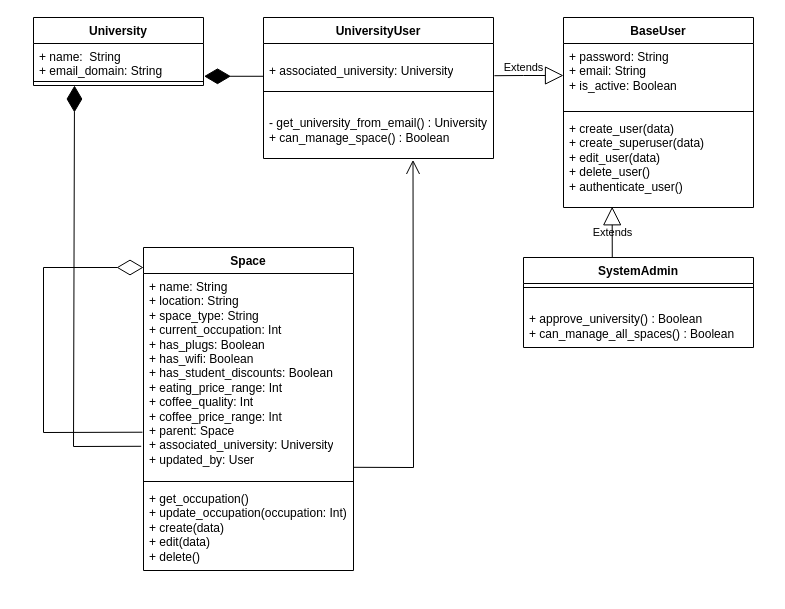
tupkalenkodi/is_it_full keeps this draw.io diagram as diagrams/class.drawio. Above is the earlier version. Source tidied: cells renumbered, new cells numbered last; positions are measured from the earlier drawing's top-left corner, leaving out a move shared by most shapes. Both pictures are drawn from the tidied source at 100%, with x=0, y=0 at pixel (33, 17).
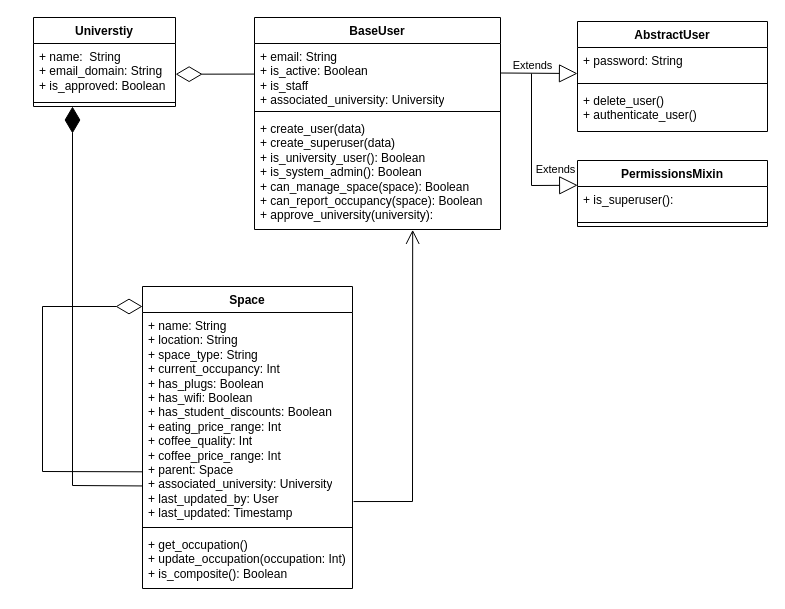
The same diagram, later.

The edit, as a diff of the source:
```diff
@@
-    <mxCell id="2" value="UniversityUser" style="swimlane;fontStyle=1;align=center;verticalAlign=top;horizontal=1;startSize=26;whiteSpace=wrap;html=1;labelBackgroundColor=none;" parent="1" vertex="1">
-      <mxGeometry x="230" width="230" height="141" as="geometry" />
-    </mxCell>
-    <mxCell id="3" value="&lt;br&gt;&lt;div&gt;+ associated_university: University&lt;/div&gt;" style="text;strokeColor=none;fillColor=none;align=left;verticalAlign=top;spacingLeft=4;spacingRight=4;overflow=hidden;points=[[0,0.5],[1,0.5]];portConstraint=eastwest;whiteSpace=wrap;html=1;labelBackgroundColor=none;" parent="2" vertex="1">
-      <mxGeometry y="26" width="230" height="44" as="geometry" />
-    </mxCell>
-    <mxCell id="4" style="line;strokeWidth=1;fillColor=none;align=left;verticalAlign=middle;spacingTop=-1;spacingLeft=3;spacingRight=3;labelPosition=right;labelBackgroundColor=none;" parent="2" vertex="1">
-      <mxGeometry y="70" width="230" height="8" as="geometry" />
-    </mxCell>
-    <mxCell id="5" value="&lt;br&gt;&lt;div&gt;- get_university_from_email() : University&lt;br&gt;+ can_manage_space() : Boolean&lt;/div&gt;" style="text;strokeColor=none;fillColor=none;align=left;verticalAlign=top;spacingLeft=4;spacingRight=4;overflow=hidden;points=[[0,0.5],[1,0.5]];portConstraint=eastwest;whiteSpace=wrap;html=1;labelBackgroundColor=none;" parent="2" vertex="1">
-      <mxGeometry y="78" width="230" height="63" as="geometry" />
-    </mxCell>
     <mxCell id="6" value="&lt;div&gt;Space&lt;/div&gt;&lt;div&gt;&lt;br&gt;&lt;/div&gt;" style="swimlane;fontStyle=1;align=center;verticalAlign=top;horizontal=1;startSize=26;whiteSpace=wrap;html=1;labelBackgroundColor=none;" parent="1" vertex="1">
-      <mxGeometry x="110" y="230" width="210" height="323" as="geometry" />
+      <mxGeometry x="109" y="269" width="210" height="302" as="geometry" />
     </mxCell>
-    <mxCell id="7" value="&lt;div&gt;+ name: String&lt;/div&gt;&lt;div&gt;+ location: String&lt;/div&gt;&lt;div&gt;+ space_type: String&lt;/div&gt;&lt;div&gt;+ current_occupation: Int&lt;/div&gt;&lt;div&gt;+ has_plugs: Boolean&lt;/div&gt;&lt;div&gt;+ has_wifi: Boolean&lt;/div&gt;&lt;div&gt;+ has_student_discounts: Boolean&lt;/div&gt;&lt;div&gt;+ eating_price_range: Int&lt;/div&gt;&lt;div&gt;+ coffee_quality: Int&lt;/div&gt;&lt;div&gt;+ coffee_price_range: Int&lt;/div&gt;&lt;div&gt;+ parent: Space&lt;/div&gt;&lt;div&gt;+ associated_university: University&lt;/div&gt;&lt;div&gt;+ updated_by: User&lt;/div&gt;&lt;div&gt;&lt;br&gt;&lt;/div&gt;&lt;div&gt;&lt;br&gt;&lt;/div&gt;" style="text;strokeColor=none;fillColor=none;align=left;verticalAlign=top;spacingLeft=4;spacingRight=4;overflow=hidden;points=[[0,0.5],[1,0.5]];portConstraint=eastwest;whiteSpace=wrap;html=1;labelBackgroundColor=none;" parent="6" vertex="1">
-      <mxGeometry y="26" width="210" height="204" as="geometry" />
+    <mxCell id="7" value="&lt;div&gt;+ name: String&lt;/div&gt;&lt;div&gt;+ location: String&lt;/div&gt;&lt;div&gt;+ space_type: String&lt;/div&gt;&lt;div&gt;+ current_occupancy: Int&lt;/div&gt;&lt;div&gt;+ has_plugs: Boolean&lt;/div&gt;&lt;div&gt;+ has_wifi: Boolean&lt;/div&gt;&lt;div&gt;+ has_student_discounts: Boolean&lt;/div&gt;&lt;div&gt;+ eating_price_range: Int&lt;/div&gt;&lt;div&gt;+ coffee_quality: Int&lt;/div&gt;&lt;div&gt;+ coffee_price_range: Int&lt;/div&gt;&lt;div&gt;+ parent: Space&lt;/div&gt;&lt;div&gt;+ associated_university: University&lt;/div&gt;&lt;div&gt;+ last_updated_by: User&lt;/div&gt;&lt;div&gt;+&amp;nbsp;last_updated: Timestamp&lt;/div&gt;&lt;div&gt;&lt;br&gt;&lt;/div&gt;&lt;div&gt;&lt;br&gt;&lt;/div&gt;" style="text;strokeColor=none;fillColor=none;align=left;verticalAlign=top;spacingLeft=4;spacingRight=4;overflow=hidden;points=[[0,0.5],[1,0.5]];portConstraint=eastwest;whiteSpace=wrap;html=1;labelBackgroundColor=none;" parent="6" vertex="1">
+      <mxGeometry y="26" width="210" height="211" as="geometry" />
     </mxCell>
     <mxCell id="8" style="line;strokeWidth=1;fillColor=none;align=left;verticalAlign=middle;spacingTop=-1;spacingLeft=3;spacingRight=3;labelPosition=right;labelBackgroundColor=none;" parent="6" vertex="1">
-      <mxGeometry y="230" width="210" height="8" as="geometry" />
+      <mxGeometry y="237" width="210" height="8" as="geometry" />
     </mxCell>
-    <mxCell id="9" value="&lt;div&gt;+ get_occupation()&lt;/div&gt;&lt;div&gt;+ update_occupation(occupation: Int)&lt;/div&gt;&lt;div&gt;+ create(data)&lt;/div&gt;&lt;div&gt;+ edit(data)&lt;/div&gt;&lt;div&gt;+ delete()&lt;/div&gt;&lt;div&gt;&lt;br&gt;&lt;/div&gt;" style="text;strokeColor=none;fillColor=none;align=left;verticalAlign=top;spacingLeft=4;spacingRight=4;overflow=hidden;whiteSpace=wrap;html=1;labelBackgroundColor=none;" parent="6" vertex="1">
-      <mxGeometry y="238" width="210" height="85" as="geometry" />
+    <mxCell id="9" value="&lt;div&gt;+ get_occupation()&lt;/div&gt;&lt;div&gt;+ update_occupation(occupation: Int)&lt;/div&gt;&lt;div&gt;+ is_composite(): Boolean&lt;/div&gt;&lt;div&gt;&lt;br&gt;&lt;/div&gt;" style="text;strokeColor=none;fillColor=none;align=left;verticalAlign=top;spacingLeft=4;spacingRight=4;overflow=hidden;whiteSpace=wrap;html=1;labelBackgroundColor=none;" parent="6" vertex="1">
+      <mxGeometry y="245" width="210" height="57" as="geometry" />
     </mxCell>
-    <mxCell id="10" style="endArrow=diamondThin;endFill=0;endSize=24;html=1;rounded=0;exitX=-0.005;exitY=0.778;exitDx=0;exitDy=0;exitPerimeter=0;labelBackgroundColor=none;fontColor=default;" parent="6" edge="1" source="7">
+    <mxCell id="10" style="endArrow=diamondThin;endFill=0;endSize=24;html=1;rounded=0;labelBackgroundColor=none;fontColor=default;exitX=-0.002;exitY=0.755;exitDx=0;exitDy=0;exitPerimeter=0;" parent="6" edge="1" source="7">
       <mxGeometry relative="1" as="geometry">
         <mxPoint y="20" as="targetPoint" />
         <Array as="points">
           <mxPoint x="-100" y="185" />
           <mxPoint x="-100" y="20" />
         </Array>
       </mxGeometry>
     </mxCell>
-    <mxCell id="11" value="University" style="swimlane;fontStyle=1;align=center;verticalAlign=top;horizontal=1;startSize=26;whiteSpace=wrap;html=1;labelBackgroundColor=none;" parent="1" vertex="1">
-      <mxGeometry width="170" height="68" as="geometry" />
-    </mxCell>
-    <mxCell id="12" value="&lt;div&gt;+ name:&amp;nbsp; String&lt;/div&gt;&lt;div&gt;+ email_domain: String&lt;/div&gt;" style="text;strokeColor=none;fillColor=none;align=left;verticalAlign=top;spacingLeft=4;spacingRight=4;overflow=hidden;points=[[0,0.5],[1,0.5]];portConstraint=eastwest;whiteSpace=wrap;html=1;labelBackgroundColor=none;" parent="11" vertex="1">
-      <mxGeometry y="26" width="170" height="34" as="geometry" />
-    </mxCell>
-    <mxCell id="13" style="line;strokeWidth=1;fillColor=none;align=left;verticalAlign=middle;spacingTop=-1;spacingLeft=3;spacingRight=3;labelPosition=right;labelBackgroundColor=none;" parent="11" vertex="1">
-      <mxGeometry y="60" width="170" height="8" as="geometry" />
-    </mxCell>
-    <mxCell id="14" style="endArrow=diamondThin;endFill=1;endSize=24;html=1;rounded=0;exitX=-0.011;exitY=0.847;exitDx=0;exitDy=0;exitPerimeter=0;labelBackgroundColor=none;fontColor=default;" parent="1" edge="1" source="7">
+    <mxCell id="14" style="endArrow=diamondThin;endFill=1;endSize=24;html=1;rounded=0;exitX=-0.002;exitY=0.822;exitDx=0;exitDy=0;exitPerimeter=0;labelBackgroundColor=none;fontColor=default;" parent="1" edge="1" source="7">
       <mxGeometry relative="1" as="geometry">
-        <mxPoint x="41" y="68" as="targetPoint" />
+        <mxPoint x="39" y="89" as="targetPoint" />
         <Array as="points">
-          <mxPoint x="40" y="429" />
+          <mxPoint x="39" y="468" />
         </Array>
       </mxGeometry>
     </mxCell>
-    <mxCell id="15" style="endArrow=open;endFill=1;endSize=12;html=1;rounded=0;exitX=1;exitY=0.95;exitDx=0;exitDy=0;exitPerimeter=0;entryX=0.65;entryY=1.022;entryDx=0;entryDy=0;entryPerimeter=0;labelBackgroundColor=none;fontColor=default;" parent="1" edge="1" source="7" target="5">
+    <mxCell id="15" style="endArrow=open;endFill=1;endSize=12;html=1;rounded=0;exitX=1.005;exitY=0.896;exitDx=0;exitDy=0;exitPerimeter=0;labelBackgroundColor=none;fontColor=default;entryX=0.643;entryY=1.003;entryDx=0;entryDy=0;entryPerimeter=0;" parent="1" edge="1" source="7" target="19">
       <mxGeometry relative="1" as="geometry">
         <Array as="points">
-          <mxPoint x="380" y="450" />
+          <mxPoint x="379" y="484" />
         </Array>
       </mxGeometry>
     </mxCell>
     <mxCell id="16" value="BaseUser" style="swimlane;fontStyle=1;align=center;verticalAlign=top;horizontal=1;startSize=26;whiteSpace=wrap;html=1;labelBackgroundColor=none;" parent="1" vertex="1">
-      <mxGeometry x="530" width="190" height="190" as="geometry" />
+      <mxGeometry x="221" width="246" height="212" as="geometry" />
     </mxCell>
-    <mxCell id="17" value="&lt;div&gt;+ password: String&lt;/div&gt;&lt;div&gt;+ email: String&lt;/div&gt;&lt;div&gt;+ is_active: Boolean&lt;/div&gt;" style="text;strokeColor=none;fillColor=none;align=left;verticalAlign=top;spacingLeft=4;spacingRight=4;overflow=hidden;points=[[0,0.5],[1,0.5]];portConstraint=eastwest;whiteSpace=wrap;html=1;labelBackgroundColor=none;" parent="16" vertex="1">
-      <mxGeometry y="26" width="190" height="64" as="geometry" />
+    <mxCell id="17" value="&lt;div&gt;+ email: String&lt;/div&gt;&lt;div&gt;+ is_active: Boolean&lt;br&gt;+ is_staff&lt;/div&gt;&lt;div&gt;+ associated_university: University&lt;/div&gt;&lt;div&gt;&lt;br&gt;&lt;/div&gt;" style="text;strokeColor=none;fillColor=none;align=left;verticalAlign=top;spacingLeft=4;spacingRight=4;overflow=hidden;points=[[0,0.5],[1,0.5]];portConstraint=eastwest;whiteSpace=wrap;html=1;labelBackgroundColor=none;" parent="16" vertex="1">
+      <mxGeometry y="26" width="246" height="64" as="geometry" />
     </mxCell>
     <mxCell id="18" style="line;strokeWidth=1;fillColor=none;align=left;verticalAlign=middle;spacingTop=-1;spacingLeft=3;spacingRight=3;labelPosition=right;labelBackgroundColor=none;" parent="16" vertex="1">
-      <mxGeometry y="90" width="190" height="8" as="geometry" />
+      <mxGeometry y="90" width="246" height="8" as="geometry" />
     </mxCell>
-    <mxCell id="19" value="&lt;div&gt;+ create_user(data)&lt;/div&gt;&lt;div&gt;+ create_superuser(data)&lt;/div&gt;&lt;div&gt;+ edit_user(data)&lt;/div&gt;&lt;div&gt;+ delete_user()&lt;/div&gt;&lt;div&gt;+ authenticate_user()&lt;/div&gt;" style="text;strokeColor=none;fillColor=none;align=left;verticalAlign=top;spacingLeft=4;spacingRight=4;overflow=hidden;points=[[0,0.5],[1,0.5]];portConstraint=eastwest;whiteSpace=wrap;html=1;labelBackgroundColor=none;" parent="16" vertex="1">
-      <mxGeometry y="98" width="190" height="92" as="geometry" />
+    <mxCell id="19" value="&lt;div&gt;+ create_user(data)&lt;/div&gt;&lt;div&gt;+ create_superuser(data)&lt;/div&gt;&lt;div&gt;+ is_university_user(): Boolean&lt;/div&gt;&lt;div&gt;+ is_system_admin(): Boolean&lt;/div&gt;+ can_manage_space(space): Boolean&lt;br&gt;+ can_report_occupancy(space): Boolean&lt;br&gt;+ approve_university(university):&amp;nbsp;" style="text;strokeColor=none;fillColor=none;align=left;verticalAlign=top;spacingLeft=4;spacingRight=4;overflow=hidden;points=[[0,0.5],[1,0.5]];portConstraint=eastwest;whiteSpace=wrap;html=1;labelBackgroundColor=none;" parent="16" vertex="1">
+      <mxGeometry y="98" width="246" height="114" as="geometry" />
     </mxCell>
-    <mxCell id="20" value="SystemAdmin" style="swimlane;fontStyle=1;align=center;verticalAlign=top;horizontal=1;startSize=26;whiteSpace=wrap;html=1;labelBackgroundColor=none;" parent="1" vertex="1">
-      <mxGeometry x="490" y="240" width="230" height="90" as="geometry" />
-    </mxCell>
-    <mxCell id="21" style="line;strokeWidth=1;fillColor=none;align=left;verticalAlign=middle;spacingTop=-1;spacingLeft=3;spacingRight=3;labelPosition=right;labelBackgroundColor=none;" parent="20" vertex="1">
-      <mxGeometry y="26" width="230" height="8" as="geometry" />
-    </mxCell>
-    <mxCell id="22" value="&lt;br&gt;&lt;div&gt;+ approve_university() : Boolean&lt;br&gt;+ can_manage_all_spaces() : Boolean&lt;/div&gt;" style="text;strokeColor=none;fillColor=none;align=left;verticalAlign=top;spacingLeft=4;spacingRight=4;overflow=hidden;whiteSpace=wrap;html=1;labelBackgroundColor=none;" parent="20" vertex="1">
-      <mxGeometry y="34" width="230" height="56" as="geometry" />
-    </mxCell>
-    <mxCell id="23" style="endArrow=diamondThin;endFill=1;endSize=24;html=1;rounded=0;exitX=-0.001;exitY=0.745;exitDx=0;exitDy=0;exitPerimeter=0;entryX=1.003;entryY=0.964;entryDx=0;entryDy=0;entryPerimeter=0;labelBackgroundColor=none;fontColor=default;" parent="1" edge="1" source="3" target="12">
-      <mxGeometry relative="1" as="geometry" />
-    </mxCell>
-    <mxCell id="24" value="Extends" style="endArrow=block;endSize=16;endFill=0;html=1;rounded=0;entryX=0;entryY=0.5;entryDx=0;entryDy=0;exitX=1.004;exitY=0.732;exitDx=0;exitDy=0;exitPerimeter=0;labelBackgroundColor=none;fontColor=default;" parent="1" edge="1" source="3" target="17">
-      <mxGeometry x="-0.16" y="8" relative="1" as="geometry">
-        <Array as="points">
-          <mxPoint x="490" y="58" />
-        </Array>
-      </mxGeometry>
+    <mxCell id="24" value="Extends" style="endArrow=block;endSize=16;endFill=0;html=1;rounded=0;exitX=0.999;exitY=0.461;exitDx=0;exitDy=0;labelBackgroundColor=none;fontColor=default;entryX=0;entryY=0.813;entryDx=0;entryDy=0;entryPerimeter=0;exitPerimeter=0;" parent="1" edge="1" source="17" target="27">
+      <mxGeometry x="-0.16" y="8" relative="1" as="geometry" />
     </mxCell>
+    <mxCell id="26" value="AbstractUser" style="swimlane;fontStyle=1;align=center;verticalAlign=top;horizontal=1;startSize=26;whiteSpace=wrap;html=1;labelBackgroundColor=none;" parent="1" vertex="1">
+      <mxGeometry x="544" y="4" width="190" height="110" as="geometry" />
+    </mxCell>
+    <mxCell id="27" value="&lt;div&gt;+ password: String&lt;/div&gt;" style="text;strokeColor=none;fillColor=none;align=left;verticalAlign=top;spacingLeft=4;spacingRight=4;overflow=hidden;points=[[0,0.5],[1,0.5]];portConstraint=eastwest;whiteSpace=wrap;html=1;labelBackgroundColor=none;" parent="26" vertex="1">
+      <mxGeometry y="26" width="190" height="32" as="geometry" />
+    </mxCell>
+    <mxCell id="28" style="line;strokeWidth=1;fillColor=none;align=left;verticalAlign=middle;spacingTop=-1;spacingLeft=3;spacingRight=3;labelPosition=right;labelBackgroundColor=none;" parent="26" vertex="1">
+      <mxGeometry y="58" width="190" height="8" as="geometry" />
+    </mxCell>
+    <mxCell id="29" value="&lt;div&gt;+ delete_user()&lt;br&gt;+ authenticate_user()&lt;/div&gt;" style="text;strokeColor=none;fillColor=none;align=left;verticalAlign=top;spacingLeft=4;spacingRight=4;overflow=hidden;whiteSpace=wrap;html=1;labelBackgroundColor=none;" parent="26" vertex="1">
+      <mxGeometry y="66" width="190" height="44" as="geometry" />
+    </mxCell>
+    <mxCell id="30" value="PermissionsMixin" style="swimlane;fontStyle=1;align=center;verticalAlign=top;horizontal=1;startSize=26;whiteSpace=wrap;html=1;labelBackgroundColor=none;" parent="1" vertex="1">
+      <mxGeometry x="544" y="143" width="190" height="66" as="geometry" />
+    </mxCell>
+    <mxCell id="31" value="&lt;div&gt;+ is_superuser():&amp;nbsp;&lt;/div&gt;" style="text;strokeColor=none;fillColor=none;align=left;verticalAlign=top;spacingLeft=4;spacingRight=4;overflow=hidden;points=[[0,0.5],[1,0.5]];portConstraint=eastwest;whiteSpace=wrap;html=1;labelBackgroundColor=none;" parent="30" vertex="1">
+      <mxGeometry y="26" width="190" height="32" as="geometry" />
+    </mxCell>
+    <mxCell id="32" style="line;strokeWidth=1;fillColor=none;align=left;verticalAlign=middle;spacingTop=-1;spacingLeft=3;spacingRight=3;labelPosition=right;labelBackgroundColor=none;" parent="30" vertex="1">
+      <mxGeometry y="58" width="190" height="8" as="geometry" />
+    </mxCell>
-    <mxCell id="25" value="Extends" style="endArrow=block;endSize=16;endFill=0;html=1;rounded=0;exitX=0.386;exitY=-0.003;exitDx=0;exitDy=0;exitPerimeter=0;entryX=0.256;entryY=0.992;entryDx=0;entryDy=0;entryPerimeter=0;labelBackgroundColor=none;fontColor=default;" parent="1" edge="1" source="20" target="19">
-      <mxGeometry relative="1" as="geometry" />
+    <mxCell id="25" value="Extends" style="endArrow=block;endSize=16;endFill=0;html=1;rounded=0;labelBackgroundColor=none;fontColor=default;entryX=0.001;entryY=-0.039;entryDx=0;entryDy=0;entryPerimeter=0;" parent="1" edge="1" target="31">
+      <mxGeometry x="0.72" y="16" relative="1" as="geometry">
+        <mxPoint x="498" y="56" as="sourcePoint" />
+        <Array as="points">
+          <mxPoint x="498" y="168" />
+        </Array>
+      </mxGeometry>
     </mxCell>
+    <mxCell id="33" value="Universtiy" style="swimlane;fontStyle=1;align=center;verticalAlign=top;horizontal=1;startSize=26;whiteSpace=wrap;html=1;labelBackgroundColor=none;" parent="1" vertex="1">
+      <mxGeometry width="142" height="89" as="geometry" />
+    </mxCell>
+    <mxCell id="34" value="&lt;div&gt;+ name:&amp;nbsp; String&lt;/div&gt;&lt;div&gt;+ email_domain: String&lt;br&gt;+ is_approved: Boolean&lt;/div&gt;" style="text;strokeColor=none;fillColor=none;align=left;verticalAlign=top;spacingLeft=4;spacingRight=4;overflow=hidden;points=[[0,0.5],[1,0.5]];portConstraint=eastwest;whiteSpace=wrap;html=1;labelBackgroundColor=none;" parent="33" vertex="1">
+      <mxGeometry y="26" width="142" height="55" as="geometry" />
+    </mxCell>
+    <mxCell id="35" style="line;strokeWidth=1;fillColor=none;align=left;verticalAlign=middle;spacingTop=-1;spacingLeft=3;spacingRight=3;labelPosition=right;labelBackgroundColor=none;" parent="33" vertex="1">
+      <mxGeometry y="81" width="142" height="8" as="geometry" />
+    </mxCell>
+    <mxCell id="36" style="endArrow=diamondThin;endFill=0;endSize=24;html=1;rounded=0;exitX=-0.001;exitY=0.478;exitDx=0;exitDy=0;entryX=1.001;entryY=0.558;entryDx=0;entryDy=0;entryPerimeter=0;exitPerimeter=0;" parent="1" edge="1" source="17" target="34">
+      <mxGeometry relative="1" as="geometry" />
+    </mxCell>
```
